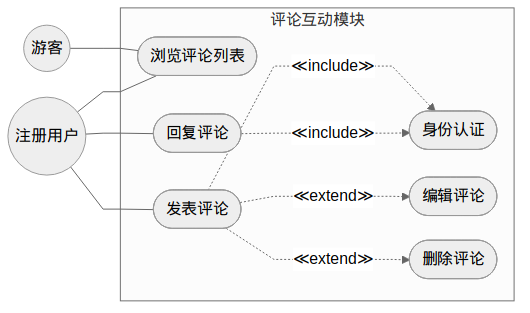
Wkjlovec/graduation_project_zhuang keeps this Mermaid diagram as docs/diagrams/fig3-4-comment-usecase.png. Above is the earlier version. Its source is kept beside it as docs/diagrams/fig3-4-comment-usecase.mmd. The source it was exported from:
```mermaid
%%{init: {'theme': 'neutral', 'flowchart': {'curve': 'linear', 'rankSpacing': 35, 'nodeSpacing': 25}}}%%
graph LR
    Guest((游客))
    User((注册用户))

    subgraph 评论互动模块
        direction TB
        UC1([浏览评论列表])
        UC2([发表评论])
        UC3([回复评论])
        UC4([身份认证])
        UC5([编辑评论])
        UC6([删除评论])
    end

    Guest --- UC1
    User --- UC1
    User --- UC2
    User --- UC3
    UC2 -..->|"≪include≫"| UC4
    UC3 -..->|"≪include≫"| UC4
    UC2 -..->|"≪extend≫"| UC5
    UC2 -..->|"≪extend≫"| UC6
```
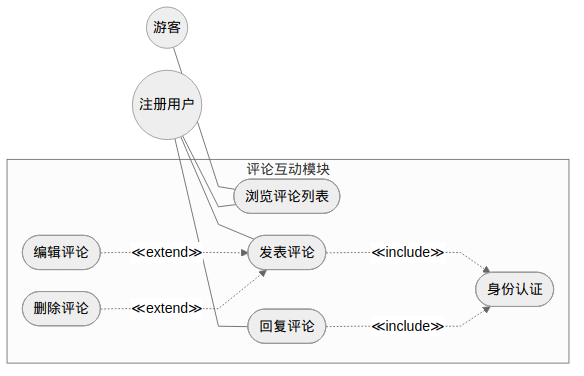
The same file after the commit.

What changed in the source:
```diff
@@ -19,5 +19,5 @@
     User --- UC3
     UC2 -..->|"≪include≫"| UC4
     UC3 -..->|"≪include≫"| UC4
-    UC2 -..->|"≪extend≫"| UC5
-    UC2 -..->|"≪extend≫"| UC6
+    UC5 -..->|"≪extend≫"| UC2
+    UC6 -..->|"≪extend≫"| UC2
```
